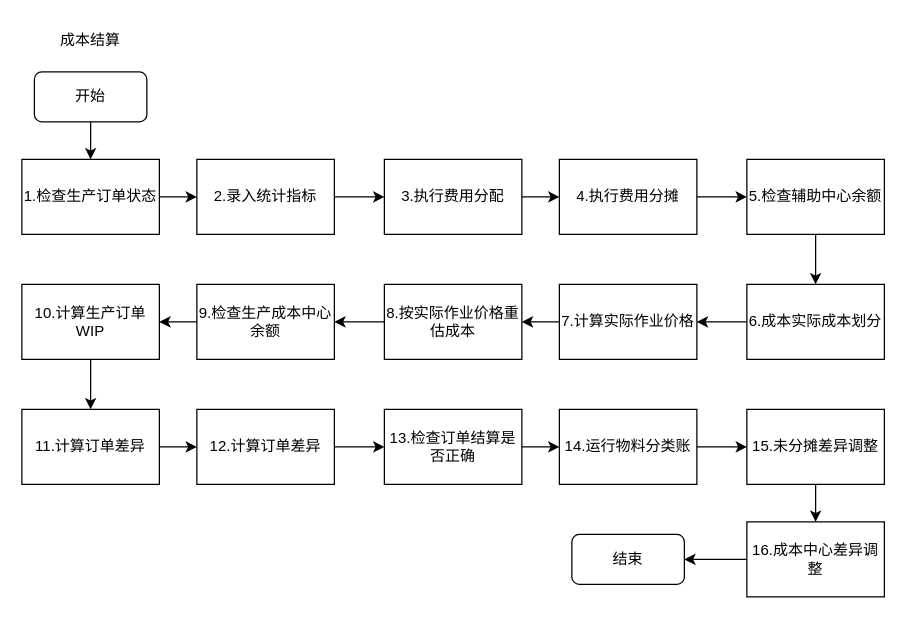
Earlier version of the draw.io diagram CO成本结算.drawio (20000428/drawio). Source tidied: cells renumbered, new cells numbered last; positions are measured from the earlier drawing's top-left corner, leaving out a move shared by most shapes. Both pictures are drawn from the tidied source at 125%, with x=0, y=0 at pixel (21, 21).
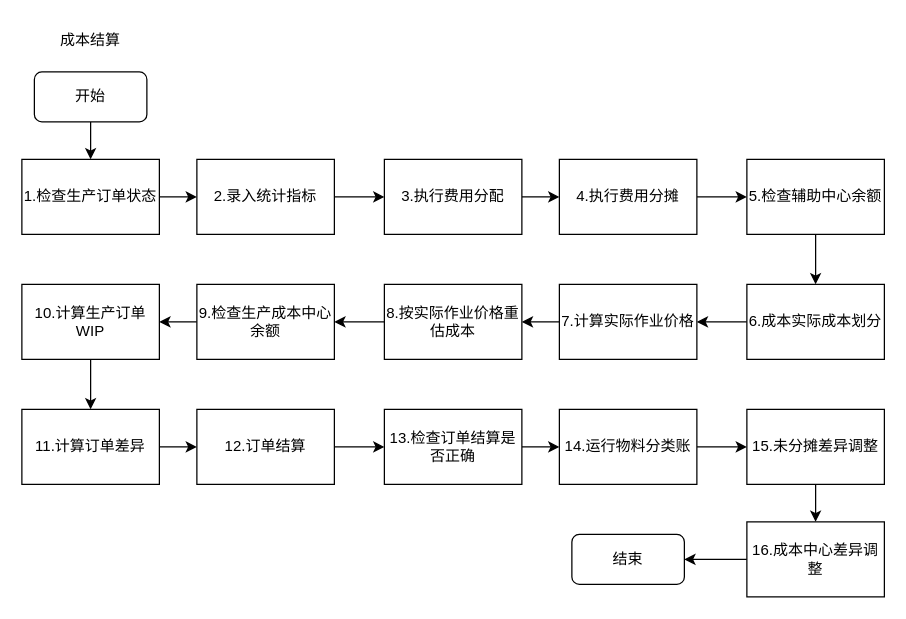
The same page after the edit.

Commit message:
更新CO成本结算.drawio

Diff of the diagram source:
```diff
@@
-    <mxCell id="28" value="12.计算订单差异" style="rounded=0;whiteSpace=wrap;html=1;" parent="1" vertex="1">
+    <mxCell id="28" value="12.订单结算" style="rounded=0;whiteSpace=wrap;html=1;" parent="1" vertex="1">
       <mxGeometry x="140" y="310" width="110" height="60" as="geometry" />
     </mxCell>
```
